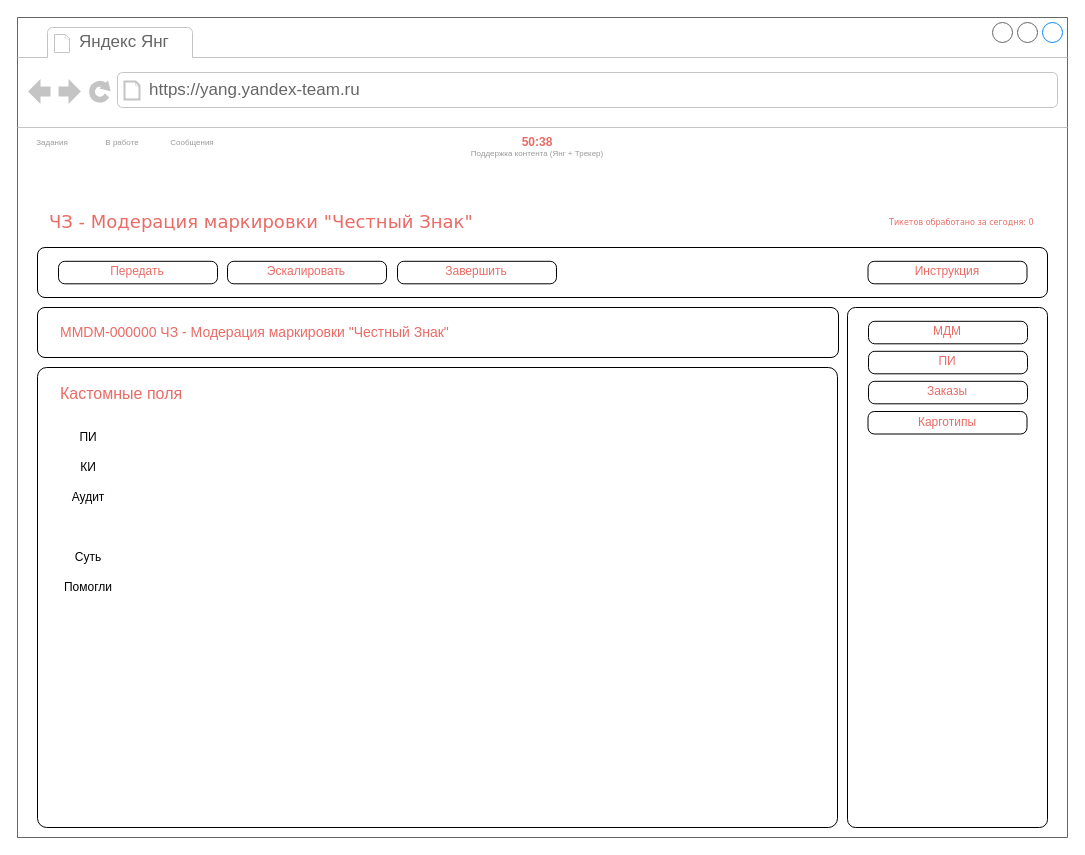
The draw.io diagram sup_task.drawio in xasv1k/yndx, before the edit. Source tidied: cells renumbered, new cells numbered last; positions are measured from the earlier drawing's top-left corner, leaving out a move shared by most shapes. Both pictures are drawn from the tidied source at 100%, with x=0, y=0 at pixel (17, 17).
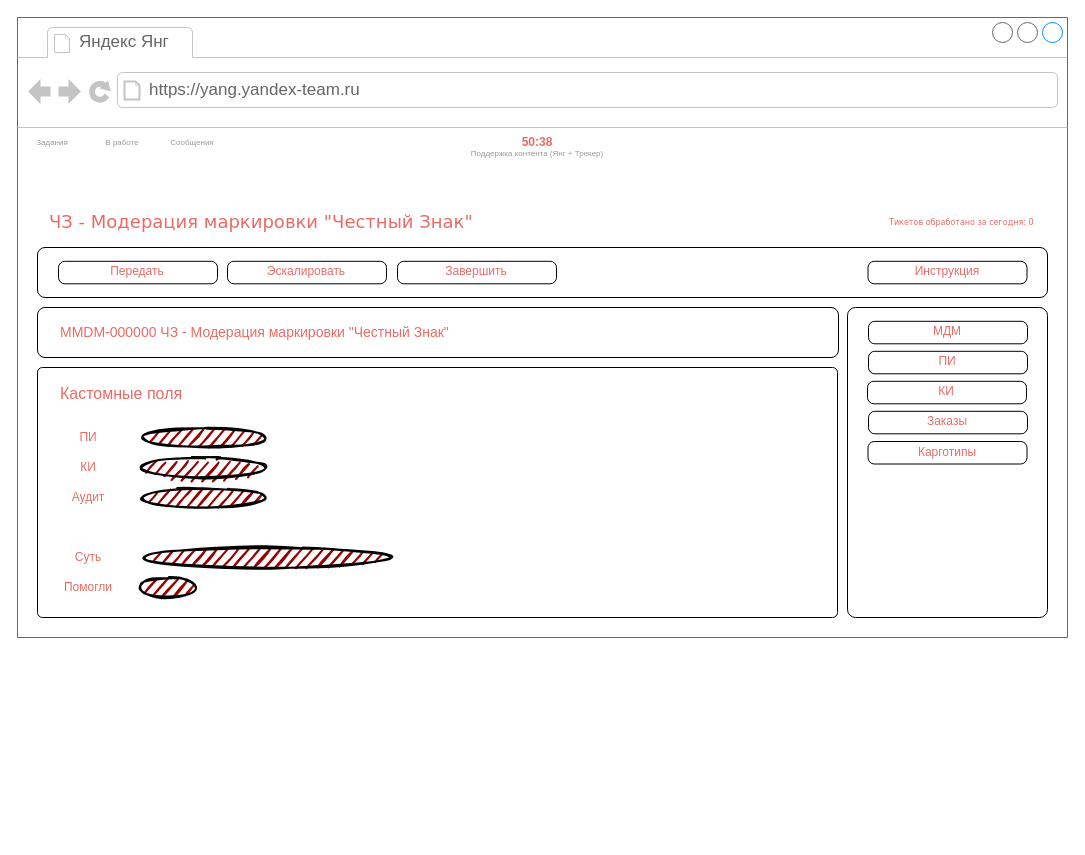
The same diagram, later.

Diff of the diagram source:
```diff
@@
     <mxCell id="2" style="strokeWidth=1;shadow=0;dashed=0;align=center;html=1;shape=mxgraph.mockup.containers.browserWindow;rSize=0;strokeColor=#666666;mainText=,;rounded=0;labelBackgroundColor=none;fontFamily=Verdana;fontSize=12;" parent="1" vertex="1">
-      <mxGeometry width="1050" height="820" as="geometry" />
+      <mxGeometry width="1050" height="620" as="geometry" />
     </mxCell>
@@
     <mxCell id="22" style="rounded=1;whiteSpace=wrap;html=1;arcSize=2;" parent="2" vertex="1">
-      <mxGeometry x="20" y="350" width="800" height="460" as="geometry" />
+      <mxGeometry x="20" y="350" width="800" height="250" as="geometry" />
     </mxCell>
@@
     <mxCell id="24" style="rounded=1;whiteSpace=wrap;html=1;arcSize=4;" parent="2" vertex="1">
-      <mxGeometry x="830" y="290" width="200" height="520" as="geometry" />
+      <mxGeometry x="830" y="290" width="200" height="310" as="geometry" />
     </mxCell>
     <mxCell id="25" style="rounded=1;whiteSpace=wrap;html=1;arcSize=28;" parent="2" vertex="1">
-      <mxGeometry x="850.5" y="394" width="159" height="22.5" as="geometry" />
+      <mxGeometry x="850.5" y="424" width="159" height="22.5" as="geometry" />
     </mxCell>
     <mxCell id="26" value="Карготипы" style="text;html=1;align=center;verticalAlign=middle;whiteSpace=wrap;rounded=0;fontColor=#EA6B66;" parent="2" vertex="1">
-      <mxGeometry x="859.5" y="395.2" width="140" height="18.8" as="geometry" />
+      <mxGeometry x="859.5" y="425.2" width="140" height="18.8" as="geometry" />
     </mxCell>
@@
-    <mxCell id="29" value="ПИ" style="text;html=1;align=center;verticalAlign=middle;whiteSpace=wrap;rounded=0;" parent="2" vertex="1">
+    <mxCell id="29" value="ПИ" style="text;html=1;align=center;verticalAlign=middle;whiteSpace=wrap;rounded=0;fontColor=#EA6B66;" parent="2" vertex="1">
       <mxGeometry x="41" y="405" width="60" height="30" as="geometry" />
     </mxCell>
-    <mxCell id="30" value="КИ" style="text;html=1;align=center;verticalAlign=middle;whiteSpace=wrap;rounded=0;" parent="2" vertex="1">
+    <mxCell id="30" value="КИ" style="text;html=1;align=center;verticalAlign=middle;whiteSpace=wrap;rounded=0;fontColor=#EA6B66;" parent="2" vertex="1">
       <mxGeometry x="41" y="435" width="60" height="30" as="geometry" />
     </mxCell>
-    <mxCell id="31" value="Аудит" style="text;html=1;align=center;verticalAlign=middle;whiteSpace=wrap;rounded=0;" parent="2" vertex="1">
+    <mxCell id="31" value="Аудит" style="text;html=1;align=center;verticalAlign=middle;whiteSpace=wrap;rounded=0;fontColor=#EA6B66;" parent="2" vertex="1">
       <mxGeometry x="41" y="465" width="60" height="30" as="geometry" />
     </mxCell>
-    <mxCell id="32" value="Суть" style="text;html=1;align=center;verticalAlign=middle;whiteSpace=wrap;rounded=0;" parent="2" vertex="1">
+    <mxCell id="32" value="Суть" style="text;html=1;align=center;verticalAlign=middle;whiteSpace=wrap;rounded=0;fontColor=#EA6B66;" parent="2" vertex="1">
       <mxGeometry x="41" y="525" width="60" height="30" as="geometry" />
     </mxCell>
-    <mxCell id="33" value="Помогли" style="text;html=1;align=center;verticalAlign=middle;whiteSpace=wrap;rounded=0;" parent="2" vertex="1">
+    <mxCell id="33" value="Помогли" style="text;html=1;align=center;verticalAlign=middle;whiteSpace=wrap;rounded=0;fontColor=#EA6B66;" parent="2" vertex="1">
       <mxGeometry x="41" y="555" width="60" height="30" as="geometry" />
     </mxCell>
+    <mxCell id="42" style="ellipse;whiteSpace=wrap;html=1;strokeWidth=2;fillWeight=2;hachureGap=8;fillColor=#990000;fillStyle=dots;sketch=1;" parent="2" vertex="1">
+      <mxGeometry x="121" y="410" width="130" height="20" as="geometry" />
+    </mxCell>
+    <mxCell id="43" style="ellipse;whiteSpace=wrap;html=1;strokeWidth=2;fillWeight=2;hachureGap=8;fillColor=#990000;fillStyle=dots;sketch=1;" parent="2" vertex="1">
+      <mxGeometry x="121" y="440" width="130" height="20" as="geometry" />
+    </mxCell>
+    <mxCell id="44" style="ellipse;whiteSpace=wrap;html=1;strokeWidth=2;fillWeight=2;hachureGap=8;fillColor=#990000;fillStyle=dots;sketch=1;" parent="2" vertex="1">
+      <mxGeometry x="121" y="470" width="130" height="20" as="geometry" />
+    </mxCell>
+    <mxCell id="45" style="ellipse;whiteSpace=wrap;html=1;strokeWidth=2;fillWeight=2;hachureGap=8;fillColor=#990000;fillStyle=dots;sketch=1;" parent="2" vertex="1">
+      <mxGeometry x="121" y="530" width="259" height="20" as="geometry" />
+    </mxCell>
+    <mxCell id="46" style="ellipse;whiteSpace=wrap;html=1;strokeWidth=2;fillWeight=2;hachureGap=8;fillColor=#990000;fillStyle=dots;sketch=1;" parent="2" vertex="1">
+      <mxGeometry x="121" y="560" width="59" height="20" as="geometry" />
+    </mxCell>
+    <mxCell id="47" style="rounded=1;whiteSpace=wrap;html=1;arcSize=28;" parent="2" vertex="1">
+      <mxGeometry x="850" y="363.8" width="159" height="22.5" as="geometry" />
+    </mxCell>
+    <mxCell id="48" value="КИ" style="text;html=1;align=center;verticalAlign=middle;whiteSpace=wrap;rounded=0;fontColor=#EA6B66;" parent="2" vertex="1">
+      <mxGeometry x="859" y="365" width="140" height="18.8" as="geometry" />
+    </mxCell>
@@
     <mxCell id="38" style="rounded=1;whiteSpace=wrap;html=1;arcSize=28;" parent="1" vertex="1">
-      <mxGeometry x="851" y="363.8" width="159" height="22.5" as="geometry" />
+      <mxGeometry x="851" y="393.8" width="159" height="22.5" as="geometry" />
     </mxCell>
     <mxCell id="39" value="Заказы" style="text;html=1;align=center;verticalAlign=middle;whiteSpace=wrap;rounded=0;fontColor=#EA6B66;" parent="1" vertex="1">
-      <mxGeometry x="860" y="365" width="140" height="18.8" as="geometry" />
+      <mxGeometry x="860" y="395" width="140" height="18.8" as="geometry" />
     </mxCell>
```
